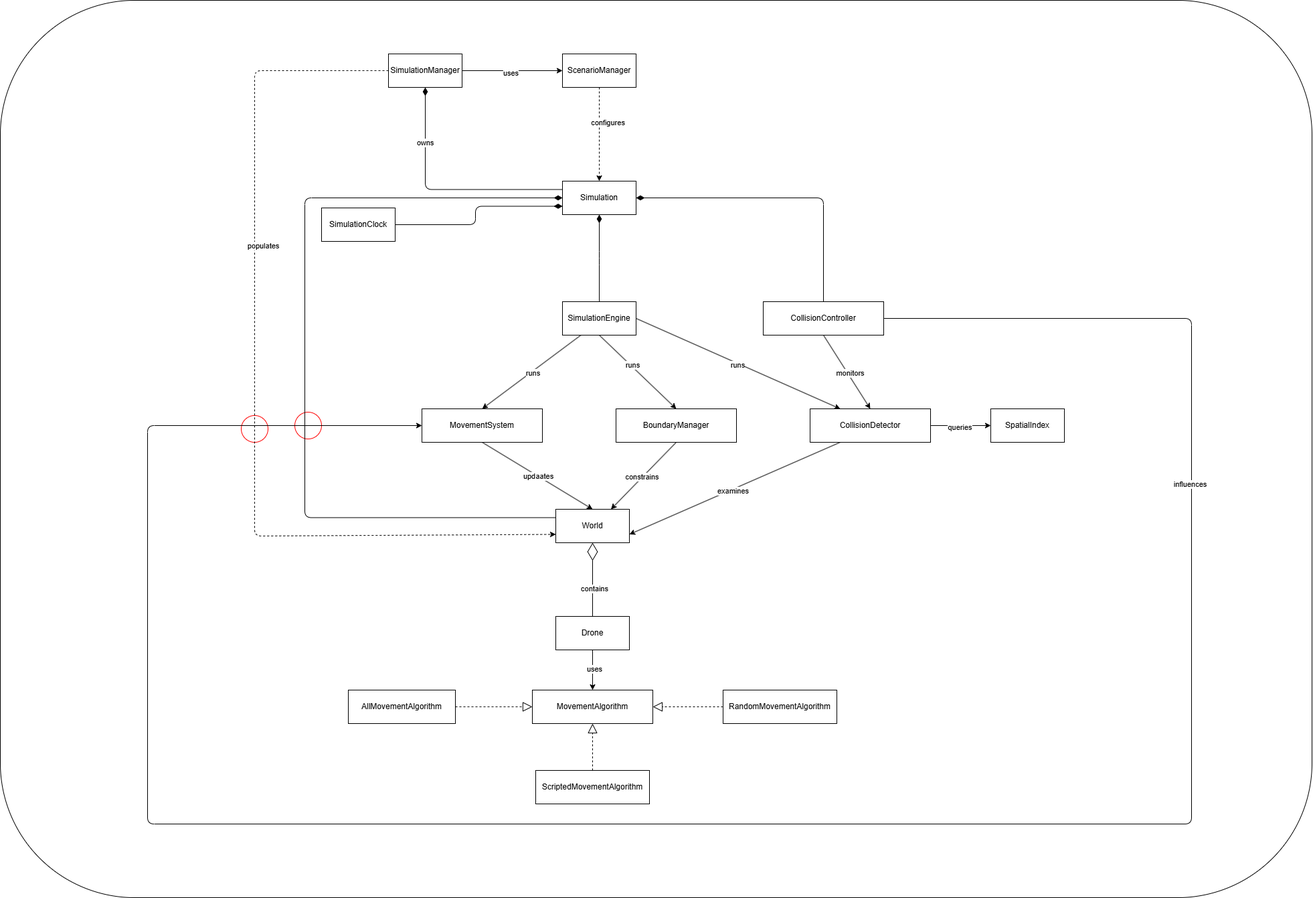
The draw.io diagram designs/simulation_ai_domain.drawio.png in jsfmu/drone-swarm-simulator, before a commit. Source tidied: cells renumbered, new cells last; positions are measured from the earlier drawing's top-left corner, leaving out a move shared by most shapes.
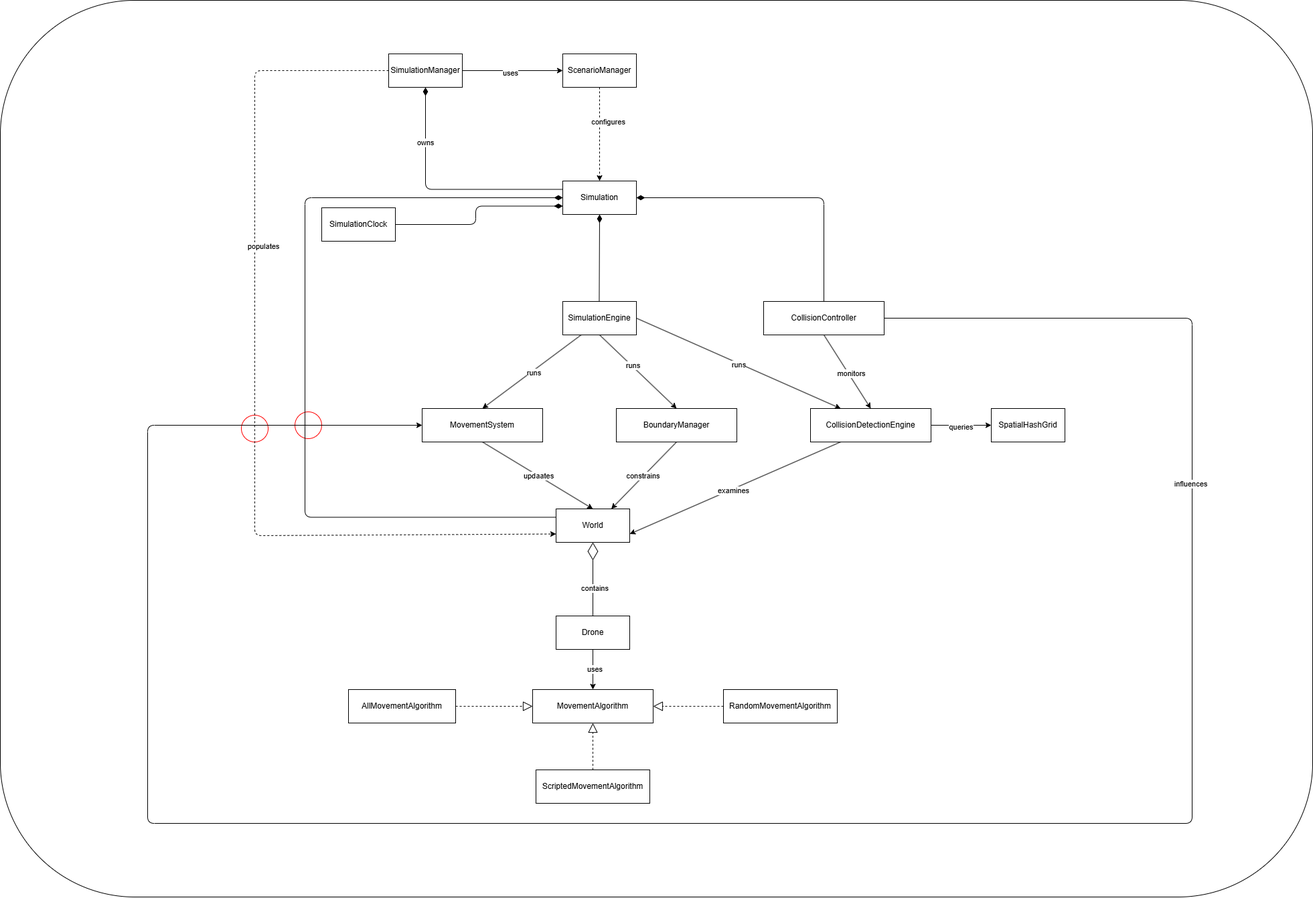
The same diagram one commit later.

The edit, as a diff of the source:
```diff
@@ -120,7 +120,7 @@
     <mxCell id="35" value="examines" style="edgeLabel;html=1;align=center;verticalAlign=middle;" parent="34" vertex="1">
       <mxGeometry x="0.03" y="2" relative="1" as="geometry" />
     </mxCell>
-    <mxCell id="36" value="CollisionDetector" style="html=1;whiteSpace=wrap;" parent="1" vertex="1">
+    <mxCell id="36" value="CollisionDetectionEngine" style="html=1;whiteSpace=wrap;" parent="1" vertex="1">
       <mxGeometry x="1210" y="610" width="180" height="50" as="geometry" />
     </mxCell>
     <mxCell id="37" value="World" style="html=1;whiteSpace=wrap;" parent="1" vertex="1">
@@ -156,7 +156,7 @@
         <mxPoint x="8" y="4" as="offset" />
       </mxGeometry>
     </mxCell>
-    <mxCell id="43" value="SpatialIndex" style="html=1;whiteSpace=wrap;" parent="1" vertex="1">
+    <mxCell id="43" value="SpatialHashGrid" style="html=1;whiteSpace=wrap;" parent="1" vertex="1">
       <mxGeometry x="1480" y="610" width="110" height="50" as="geometry" />
     </mxCell>
     <mxCell id="44" style="edgeStyle=none;html=1;exitX=0.5;exitY=1;exitDx=0;exitDy=0;" parent="1" edge="1" source="46" target="49">
```
